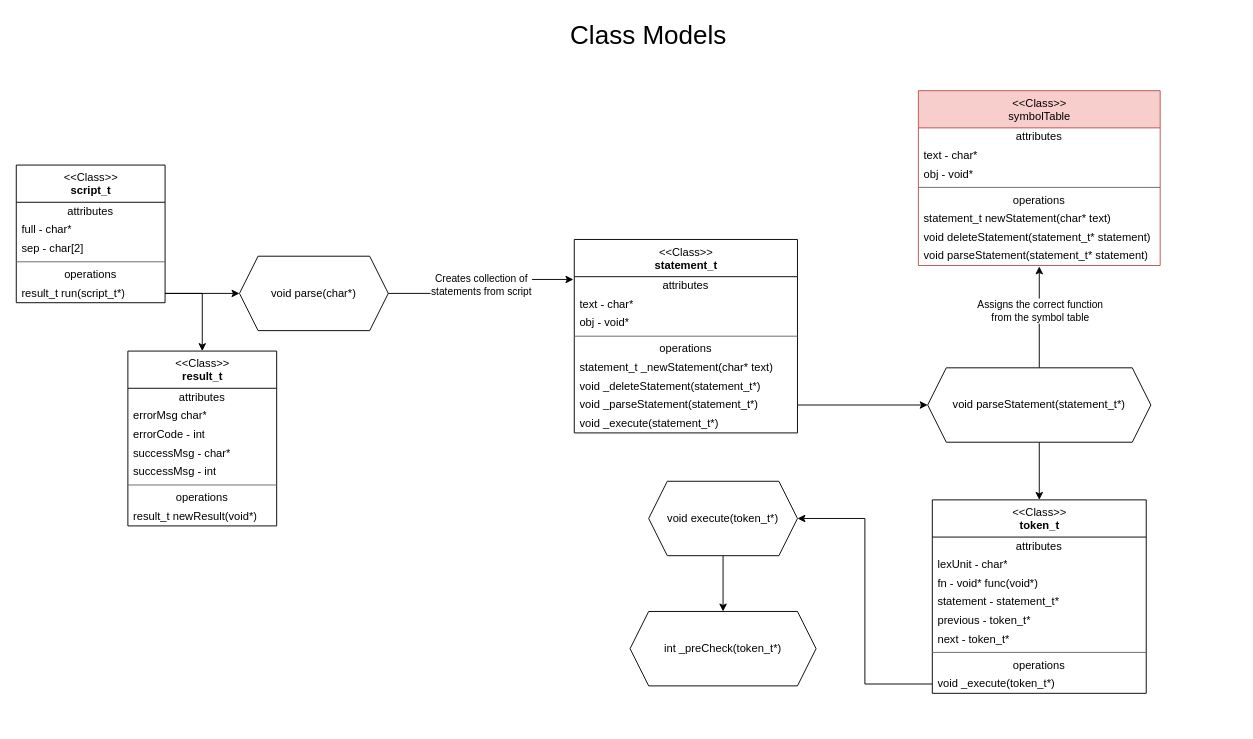
Before: docs/Diagrams.drawio in garrettlove8/dsl-builder, a draw.io diagram. Source tidied: cells renumbered, new cells numbered last; positions are measured from the earlier drawing's top-left corner, leaving out a move shared by most shapes. Both pictures are drawn from the tidied source at 93%, with x=0, y=0 at pixel (16, 16).
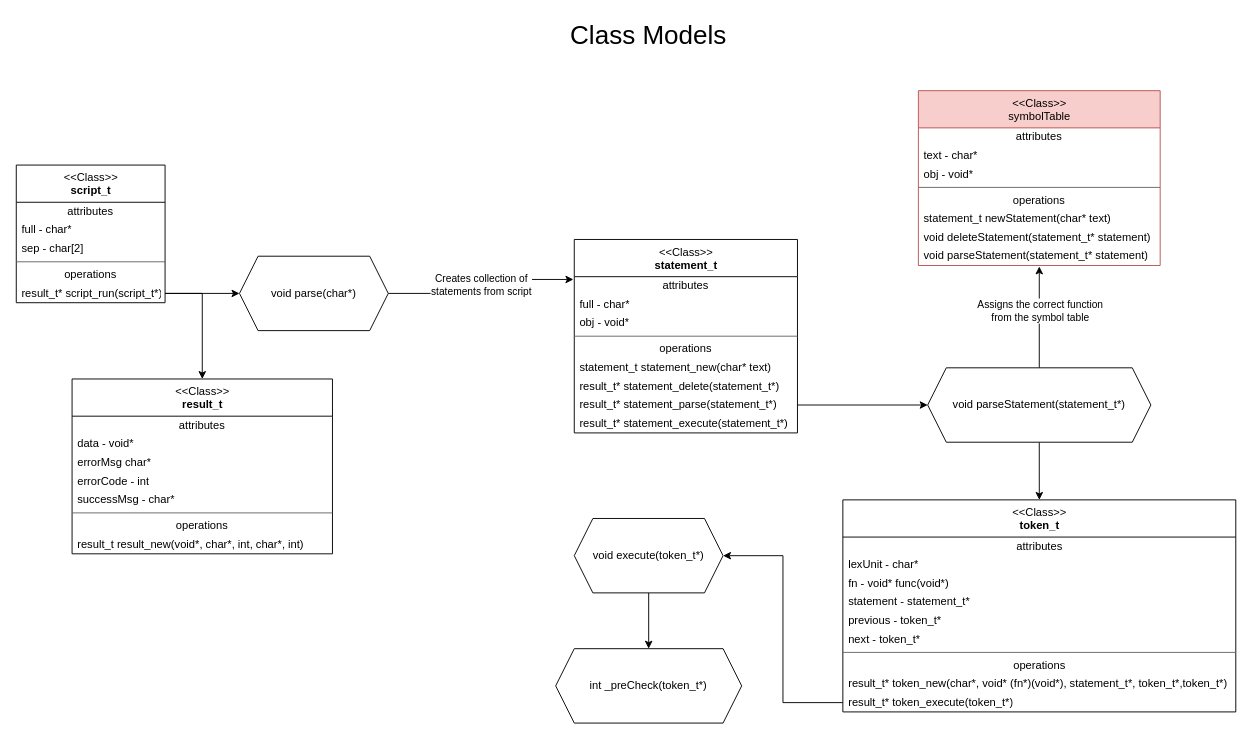
After the change.

The change refers to these unchanged cells:
```xml
<mxCell id="3" value="&amp;lt;&amp;lt;Class&amp;gt;&amp;gt;&lt;br&gt;&lt;b&gt;script_t&lt;/b&gt;" style="swimlane;fontStyle=0;align=center;verticalAlign=top;horizontal=1;startSize=40;html=1;" parent="1" vertex="1">
  <mxGeometry y="160" width="160" height="148" as="geometry" />
</mxCell>
<mxCell id="14" value="&amp;lt;&amp;lt;Class&amp;gt;&amp;gt;&lt;br&gt;&lt;b&gt;statement_t&lt;/b&gt;" style="swimlane;fontStyle=0;align=center;verticalAlign=top;horizontal=1;startSize=40;html=1;" parent="1" vertex="1">
  <mxGeometry x="600" y="240" width="240" height="208" as="geometry" />
</mxCell>
```

Diff of the diagram source:
```diff
@@
-    <mxCell id="9" value="result_t run(script_t*)" style="text;html=1;strokeColor=none;fillColor=none;align=left;verticalAlign=middle;spacingLeft=4;spacingRight=4;overflow=hidden;points=[[0,0.5],[1,0.5]];portConstraint=eastwest;" parent="3" vertex="1">
+    <mxCell id="9" value="result_t*&amp;nbsp;script_run(script_t*)" style="text;html=1;strokeColor=none;fillColor=none;align=left;verticalAlign=middle;spacingLeft=4;spacingRight=4;overflow=hidden;points=[[0,0.5],[1,0.5]];portConstraint=eastwest;" parent="3" vertex="1">
       <mxGeometry y="128" width="160" height="20" as="geometry" />
     </mxCell>
@@
-    <mxCell id="16" value="text - char*" style="text;html=1;strokeColor=none;fillColor=none;align=left;verticalAlign=middle;spacingLeft=4;spacingRight=4;overflow=hidden;" parent="14" vertex="1">
+    <mxCell id="16" value="full - char*" style="text;html=1;strokeColor=none;fillColor=none;align=left;verticalAlign=middle;spacingLeft=4;spacingRight=4;overflow=hidden;" parent="14" vertex="1">
       <mxGeometry y="60" width="240" height="20" as="geometry" />
     </mxCell>
@@
-    <mxCell id="20" value="statement_t _newStatement(char* text)" style="text;html=1;strokeColor=none;fillColor=none;align=left;verticalAlign=middle;spacingLeft=4;spacingRight=4;overflow=hidden;" parent="14" vertex="1">
+    <mxCell id="20" value="statement_t statement_new(char* text)" style="text;html=1;strokeColor=none;fillColor=none;align=left;verticalAlign=middle;spacingLeft=4;spacingRight=4;overflow=hidden;" parent="14" vertex="1">
       <mxGeometry y="128" width="240" height="20" as="geometry" />
     </mxCell>
-    <mxCell id="21" value="void _deleteStatement(statement_t*)" style="text;html=1;strokeColor=none;fillColor=none;align=left;verticalAlign=middle;spacingLeft=4;spacingRight=4;overflow=hidden;" parent="14" vertex="1">
+    <mxCell id="21" value="result_t* statement_delete(statement_t*)" style="text;html=1;strokeColor=none;fillColor=none;align=left;verticalAlign=middle;spacingLeft=4;spacingRight=4;overflow=hidden;" parent="14" vertex="1">
       <mxGeometry y="148" width="240" height="20" as="geometry" />
     </mxCell>
-    <mxCell id="22" value="void _parseStatement(statement_t*)" style="text;html=1;strokeColor=none;fillColor=none;align=left;verticalAlign=middle;spacingLeft=4;spacingRight=4;overflow=hidden;points=[[0,0.5],[1,0.5]];portConstraint=eastwest;" parent="14" vertex="1">
+    <mxCell id="22" value="result_t*&amp;nbsp;statement_parse(statement_t*)" style="text;html=1;strokeColor=none;fillColor=none;align=left;verticalAlign=middle;spacingLeft=4;spacingRight=4;overflow=hidden;points=[[0,0.5],[1,0.5]];portConstraint=eastwest;" parent="14" vertex="1">
       <mxGeometry y="168" width="240" height="20" as="geometry" />
     </mxCell>
-    <mxCell id="23" value="void _execute(statement_t*)" style="text;html=1;strokeColor=none;fillColor=none;align=left;verticalAlign=middle;spacingLeft=4;spacingRight=4;overflow=hidden;" parent="14" vertex="1">
+    <mxCell id="23" value="result_t* statement_execute(statement_t*)" style="text;html=1;strokeColor=none;fillColor=none;align=left;verticalAlign=middle;spacingLeft=4;spacingRight=4;overflow=hidden;" parent="14" vertex="1">
       <mxGeometry y="188" width="240" height="20" as="geometry" />
     </mxCell>
@@
     <mxCell id="29" value="&amp;lt;&amp;lt;Class&amp;gt;&amp;gt;&lt;br&gt;&lt;b&gt;token_t&lt;/b&gt;" style="swimlane;fontStyle=0;align=center;verticalAlign=top;horizontal=1;startSize=40;html=1;" parent="1" vertex="1">
-      <mxGeometry x="985" y="520" width="230" height="208" as="geometry" />
+      <mxGeometry x="888.8" y="520" width="422.5" height="228" as="geometry" />
     </mxCell>
     <mxCell id="30" value="attributes" style="text;html=1;align=center;verticalAlign=middle;spacingLeft=4;spacingRight=4;overflow=hidden;labelBorderColor=none;" parent="29" vertex="1">
-      <mxGeometry y="40" width="230" height="20" as="geometry" />
+      <mxGeometry y="40" width="422.5" height="20" as="geometry" />
     </mxCell>
     <mxCell id="31" value="lexUnit - char*" style="text;html=1;strokeColor=none;fillColor=none;align=left;verticalAlign=middle;spacingLeft=4;spacingRight=4;overflow=hidden;" parent="29" vertex="1">
-      <mxGeometry y="60" width="230" height="20" as="geometry" />
+      <mxGeometry y="60" width="422.5" height="20" as="geometry" />
     </mxCell>
     <mxCell id="32" value="fn - void* func(void*)" style="text;html=1;strokeColor=none;fillColor=none;align=left;verticalAlign=middle;spacingLeft=4;spacingRight=4;overflow=hidden;" parent="29" vertex="1">
-      <mxGeometry y="80" width="230" height="20" as="geometry" />
+      <mxGeometry y="80" width="422.5" height="20" as="geometry" />
     </mxCell>
     <mxCell id="33" value="statement - statement_t*" style="text;html=1;strokeColor=none;fillColor=none;align=left;verticalAlign=middle;spacingLeft=4;spacingRight=4;overflow=hidden;" parent="29" vertex="1">
-      <mxGeometry y="100" width="230" height="20" as="geometry" />
+      <mxGeometry y="100" width="422.5" height="20" as="geometry" />
     </mxCell>
     <mxCell id="34" value="previous - token_t*" style="text;html=1;strokeColor=none;fillColor=none;align=left;verticalAlign=middle;spacingLeft=4;spacingRight=4;overflow=hidden;" parent="29" vertex="1">
-      <mxGeometry y="120" width="230" height="20" as="geometry" />
+      <mxGeometry y="120" width="422.5" height="20" as="geometry" />
     </mxCell>
     <mxCell id="35" value="next - token_t*" style="text;html=1;strokeColor=none;fillColor=none;align=left;verticalAlign=middle;spacingLeft=4;spacingRight=4;overflow=hidden;" parent="29" vertex="1">
-      <mxGeometry y="140" width="230" height="20" as="geometry" />
+      <mxGeometry y="140" width="422.5" height="20" as="geometry" />
     </mxCell>
     <mxCell id="36" style="line;strokeWidth=1;fillColor=#f5f5f5;align=left;verticalAlign=middle;spacingTop=-1;spacingLeft=3;spacingRight=3;labelPosition=right;strokeColor=#666666;fontColor=#333333;" parent="29" vertex="1">
-      <mxGeometry y="160" width="230" height="8" as="geometry" />
+      <mxGeometry y="160" width="422.5" height="8" as="geometry" />
     </mxCell>
     <mxCell id="37" value="operations" style="text;html=1;strokeColor=none;fillColor=none;align=center;verticalAlign=middle;spacingLeft=4;spacingRight=4;overflow=hidden;" parent="29" vertex="1">
-      <mxGeometry y="168" width="230" height="20" as="geometry" />
+      <mxGeometry y="168" width="422.5" height="20" as="geometry" />
     </mxCell>
+    <mxCell id="62" value="result_t* token_new(char*, void* (fn*)(void*), statement_t*, token_t*,token_t*)" style="text;html=1;strokeColor=none;fillColor=none;align=left;verticalAlign=middle;spacingLeft=4;spacingRight=4;overflow=hidden;" parent="29" vertex="1">
+      <mxGeometry y="188" width="422.5" height="20" as="geometry" />
+    </mxCell>
-    <mxCell id="38" value="void _execute(token_t*)" style="text;html=1;strokeColor=none;fillColor=none;align=left;verticalAlign=middle;spacingLeft=4;spacingRight=4;overflow=hidden;points=[[0,0.5],[1,0.5]];portConstraint=eastwest;" parent="29" vertex="1">
-      <mxGeometry y="188" width="230" height="20" as="geometry" />
+    <mxCell id="38" value="result_t* token_execute(token_t*)" style="text;html=1;strokeColor=none;fillColor=none;align=left;verticalAlign=middle;spacingLeft=4;spacingRight=4;overflow=hidden;points=[[0,0.5],[1,0.5]];portConstraint=eastwest;" parent="29" vertex="1">
+      <mxGeometry y="208" width="422.5" height="20" as="geometry" />
     </mxCell>
@@
     <mxCell id="48" value="&amp;lt;&amp;lt;Class&amp;gt;&amp;gt;&lt;br&gt;&lt;b&gt;result_t&lt;/b&gt;" style="swimlane;fontStyle=0;align=center;verticalAlign=top;horizontal=1;startSize=40;html=1;" parent="1" vertex="1">
-      <mxGeometry x="120" y="360" width="160" height="188" as="geometry" />
+      <mxGeometry x="60" y="390" width="280" height="188" as="geometry" />
     </mxCell>
     <mxCell id="49" value="attributes" style="text;html=1;align=center;verticalAlign=middle;spacingLeft=4;spacingRight=4;overflow=hidden;labelBorderColor=none;" parent="48" vertex="1">
-      <mxGeometry y="40" width="160" height="20" as="geometry" />
+      <mxGeometry y="40" width="280" height="20" as="geometry" />
     </mxCell>
+    <mxCell id="63" value="data - void*" style="text;html=1;strokeColor=none;fillColor=none;align=left;verticalAlign=middle;spacingLeft=4;spacingRight=4;overflow=hidden;" parent="48" vertex="1">
+      <mxGeometry y="60" width="280" height="20" as="geometry" />
+    </mxCell>
     <mxCell id="50" value="errorMsg char*" style="text;html=1;strokeColor=none;fillColor=none;align=left;verticalAlign=middle;spacingLeft=4;spacingRight=4;overflow=hidden;" parent="48" vertex="1">
-      <mxGeometry y="60" width="160" height="20" as="geometry" />
+      <mxGeometry y="80" width="280" height="20" as="geometry" />
     </mxCell>
     <mxCell id="51" value="errorCode - int" style="text;html=1;strokeColor=none;fillColor=none;align=left;verticalAlign=middle;spacingLeft=4;spacingRight=4;overflow=hidden;" parent="48" vertex="1">
-      <mxGeometry y="80" width="160" height="20" as="geometry" />
+      <mxGeometry y="100" width="280" height="20" as="geometry" />
     </mxCell>
     <mxCell id="52" value="successMsg - char*" style="text;html=1;strokeColor=none;fillColor=none;align=left;verticalAlign=middle;spacingLeft=4;spacingRight=4;overflow=hidden;" parent="48" vertex="1">
-      <mxGeometry y="100" width="160" height="20" as="geometry" />
+      <mxGeometry y="120" width="280" height="20" as="geometry" />
     </mxCell>
-    <mxCell id="53" value="successMsg - int" style="text;html=1;strokeColor=none;fillColor=none;align=left;verticalAlign=middle;spacingLeft=4;spacingRight=4;overflow=hidden;" parent="48" vertex="1">
-      <mxGeometry y="120" width="160" height="20" as="geometry" />
-    </mxCell>
     <mxCell id="54" style="line;strokeWidth=1;fillColor=#f5f5f5;align=left;verticalAlign=middle;spacingTop=-1;spacingLeft=3;spacingRight=3;labelPosition=right;strokeColor=#666666;fontColor=#333333;" parent="48" vertex="1">
-      <mxGeometry y="140" width="160" height="8" as="geometry" />
+      <mxGeometry y="140" width="280" height="8" as="geometry" />
     </mxCell>
     <mxCell id="55" value="operations" style="text;html=1;strokeColor=none;fillColor=none;align=center;verticalAlign=middle;spacingLeft=4;spacingRight=4;overflow=hidden;" parent="48" vertex="1">
-      <mxGeometry y="148" width="160" height="20" as="geometry" />
+      <mxGeometry y="148" width="280" height="20" as="geometry" />
     </mxCell>
-    <mxCell id="56" value="result_t newResult(void*)" style="text;html=1;strokeColor=none;fillColor=none;align=left;verticalAlign=middle;spacingLeft=4;spacingRight=4;overflow=hidden;" parent="48" vertex="1">
-      <mxGeometry y="168" width="160" height="20" as="geometry" />
+    <mxCell id="56" value="result_t result_new(void*, char*, int, char*, int)" style="text;html=1;strokeColor=none;fillColor=none;align=left;verticalAlign=middle;spacingLeft=4;spacingRight=4;overflow=hidden;" parent="48" vertex="1">
+      <mxGeometry y="168" width="280" height="20" as="geometry" />
     </mxCell>
@@
     <mxCell id="58" value="&lt;span style=&quot;text-align: left&quot;&gt;int _preCheck(token_t*)&lt;/span&gt;" style="shape=hexagon;perimeter=hexagonPerimeter2;whiteSpace=wrap;html=1;fixedSize=1;" parent="1" vertex="1">
-      <mxGeometry x="660" y="640" width="200" height="80" as="geometry" />
+      <mxGeometry x="580" y="680" width="200" height="80" as="geometry" />
     </mxCell>
@@
     <mxCell id="60" value="&lt;span style=&quot;text-align: left&quot;&gt;void execute(token_t*)&lt;/span&gt;" style="shape=hexagon;perimeter=hexagonPerimeter2;whiteSpace=wrap;html=1;fixedSize=1;" parent="1" vertex="1">
-      <mxGeometry x="680" y="500" width="160" height="80" as="geometry" />
+      <mxGeometry x="600" y="540" width="160" height="80" as="geometry" />
     </mxCell>
```
